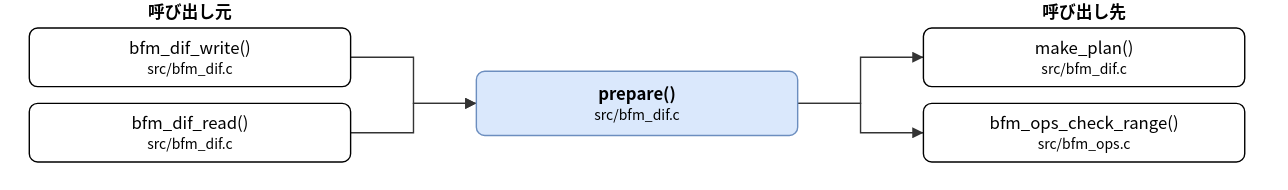
hf355051012-ai/bfmem keeps this draw.io diagram as doc/spec/images/call_src_bfm_dif-prepare.drawio.svg. Above is the earlier version. Source tidied: cells renumbered, new cells last; positions are measured from the earlier drawing's top-left corner, leaving out a move shared by most shapes.
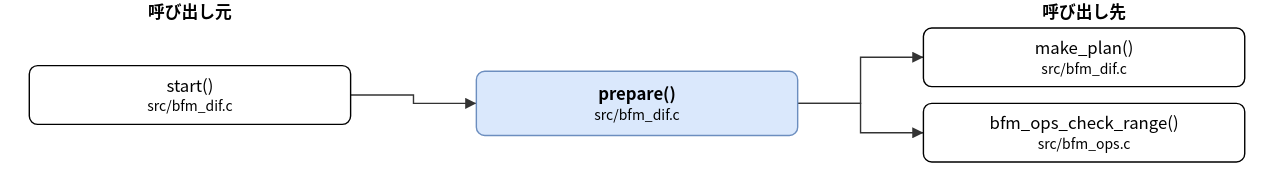
After the commit.

Diff of the diagram source:
```diff
@@ -5,12 +5,9 @@
     <mxCell id="2" value="prepare()&lt;br&gt;&lt;font style=&quot;font-size:10px&quot;&gt;src/bfm_dif.c&lt;/font&gt;" style="rounded=1;whiteSpace=wrap;html=1;fillColor=#dae8fc;strokeColor=#6c8ebf;fontStyle=1;" parent="1" vertex="1">
       <mxGeometry x="320" y="51" width="230" height="46" as="geometry" />
     </mxCell>
-    <mxCell id="3" value="bfm_dif_write()&lt;br&gt;&lt;font style=&quot;font-size:10px&quot;&gt;src/bfm_dif.c&lt;/font&gt;" style="rounded=1;whiteSpace=wrap;html=1;" parent="1" vertex="1">
-      <mxGeometry y="20" width="230" height="42" as="geometry" />
+    <mxCell id="3" value="start()&lt;br&gt;&lt;font style=&quot;font-size:10px&quot;&gt;src/bfm_dif.c&lt;/font&gt;" style="rounded=1;whiteSpace=wrap;html=1;" parent="1" vertex="1">
+      <mxGeometry y="47" width="230" height="42" as="geometry" />
     </mxCell>
-    <mxCell id="4" value="bfm_dif_read()&lt;br&gt;&lt;font style=&quot;font-size:10px&quot;&gt;src/bfm_dif.c&lt;/font&gt;" style="rounded=1;whiteSpace=wrap;html=1;" parent="1" vertex="1">
-      <mxGeometry y="74" width="230" height="42" as="geometry" />
-    </mxCell>
     <mxCell id="5" value="make_plan()&lt;br&gt;&lt;font style=&quot;font-size:10px&quot;&gt;src/bfm_dif.c&lt;/font&gt;" style="rounded=1;whiteSpace=wrap;html=1;" parent="1" vertex="1">
       <mxGeometry x="640" y="20" width="230" height="42" as="geometry" />
     </mxCell>
@@ -20,35 +17,27 @@
     <mxCell id="7" style="edgeStyle=none;html=1;rounded=0;endArrow=block;endFill=1;exitX=1.0000;exitY=0.5000;exitDx=0;exitDy=0;exitPerimeter=0;entryX=0.0000;entryY=0.5000;entryDx=0;entryDy=0;entryPerimeter=0;" parent="1" edge="1" source="3" target="2">
       <mxGeometry relative="1" as="geometry">
         <Array as="points">
-          <mxPoint x="275" y="41" />
+          <mxPoint x="275" y="68" />
           <mxPoint x="275" y="74" />
         </Array>
       </mxGeometry>
     </mxCell>
-    <mxCell id="8" style="edgeStyle=none;html=1;rounded=0;endArrow=block;endFill=1;exitX=1.0000;exitY=0.5000;exitDx=0;exitDy=0;exitPerimeter=0;entryX=0.0000;entryY=0.5000;entryDx=0;entryDy=0;entryPerimeter=0;" parent="1" edge="1" source="4" target="2">
+    <mxCell id="8" style="edgeStyle=none;html=1;rounded=0;endArrow=block;endFill=1;exitX=1.0000;exitY=0.5000;exitDx=0;exitDy=0;exitPerimeter=0;entryX=0.0000;entryY=0.5000;entryDx=0;entryDy=0;entryPerimeter=0;" parent="1" edge="1" source="2" target="5">
       <mxGeometry relative="1" as="geometry">
         <Array as="points">
-          <mxPoint x="275" y="95" />
-          <mxPoint x="275" y="74" />
+          <mxPoint x="595" y="74" />
+          <mxPoint x="595" y="41" />
         </Array>
       </mxGeometry>
     </mxCell>
-    <mxCell id="9" style="edgeStyle=none;html=1;rounded=0;endArrow=block;endFill=1;exitX=1.0000;exitY=0.5000;exitDx=0;exitDy=0;exitPerimeter=0;entryX=0.0000;entryY=0.5000;entryDx=0;entryDy=0;entryPerimeter=0;" parent="1" edge="1" source="2" target="5">
+    <mxCell id="9" style="edgeStyle=none;html=1;rounded=0;endArrow=block;endFill=1;exitX=1.0000;exitY=0.5000;exitDx=0;exitDy=0;exitPerimeter=0;entryX=0.0000;entryY=0.5000;entryDx=0;entryDy=0;entryPerimeter=0;" parent="1" edge="1" source="2" target="6">
       <mxGeometry relative="1" as="geometry">
         <Array as="points">
           <mxPoint x="595" y="74" />
-          <mxPoint x="595" y="41" />
+          <mxPoint x="595" y="95" />
         </Array>
       </mxGeometry>
     </mxCell>
-    <mxCell id="10" style="edgeStyle=none;html=1;rounded=0;endArrow=block;endFill=1;exitX=1.0000;exitY=0.5000;exitDx=0;exitDy=0;exitPerimeter=0;entryX=0.0000;entryY=0.5000;entryDx=0;entryDy=0;entryPerimeter=0;" parent="1" edge="1" source="2" target="6">
-      <mxGeometry relative="1" as="geometry">
-        <Array as="points">
-          <mxPoint x="595" y="74" />
-          <mxPoint x="595" y="95" />
-        </Array>
-      </mxGeometry>
-    </mxCell>
     <mxCell id="11" value="呼び出し元" style="text;html=1;align=center;fontStyle=1;" parent="1" vertex="1">
       <mxGeometry x="35" width="160" height="18" as="geometry" />
     </mxCell>
```
